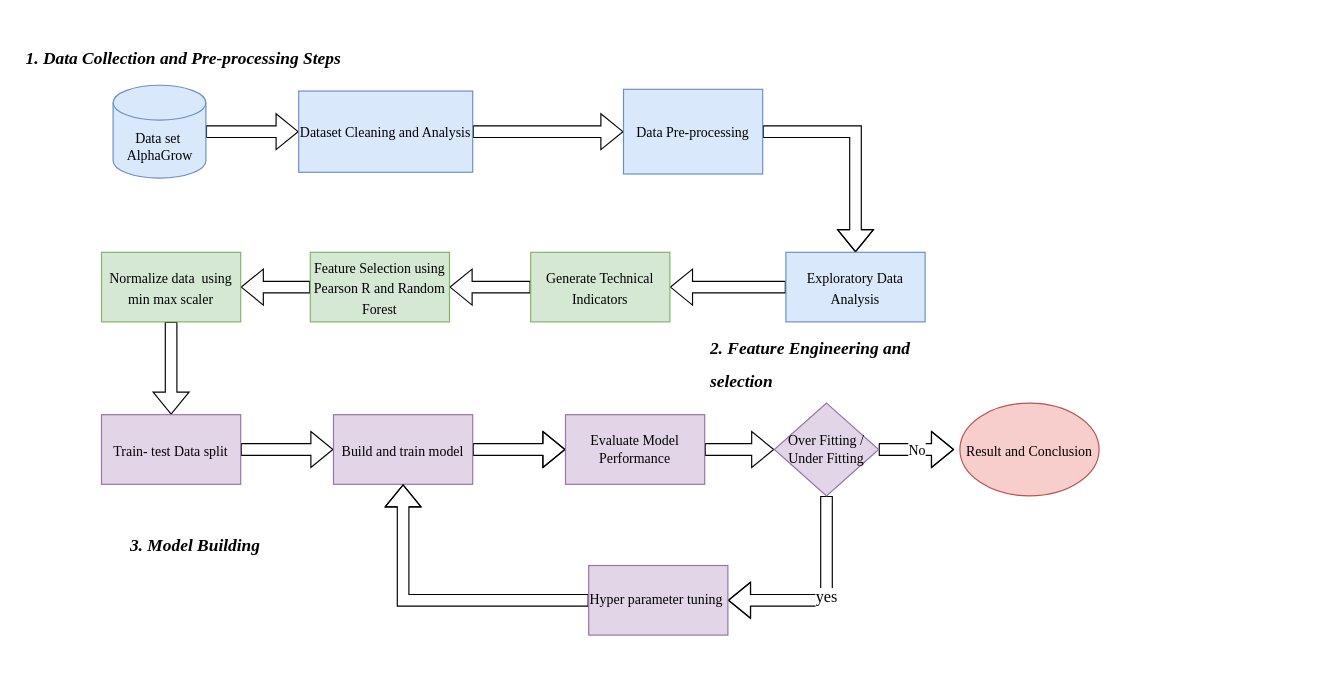
ranitha84/tic-tac-toe keeps this draw.io diagram as page "Page-2" (2 of 2) of Untitled Diagram.drawio. Above is the earlier version. Source tidied: cells renumbered, new cells numbered last; positions are measured from the earlier drawing's top-left corner, leaving out a move shared by most shapes. Both pictures are drawn from the tidied source at 116%, with x=0, y=0 at pixel (20, 31).
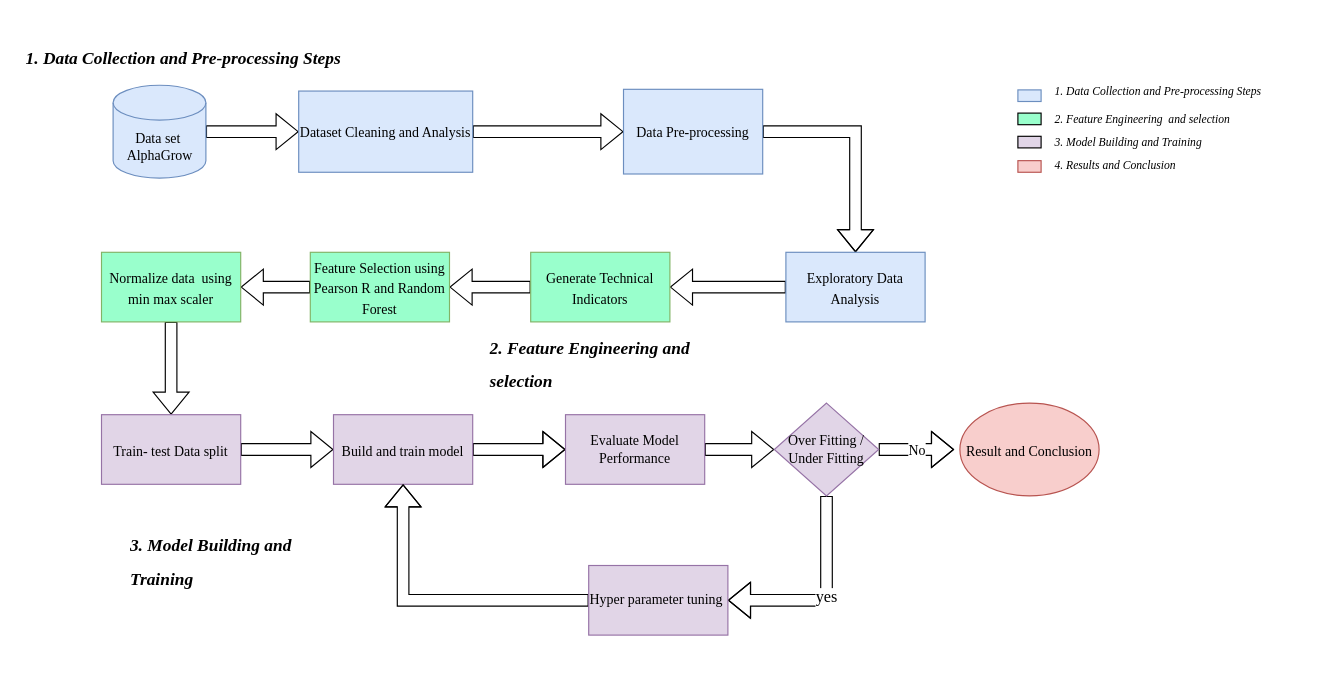
Above is the later version.

Diff of the diagram source:
```diff
@@
-    <mxCell id="3" value="&lt;font face=&quot;Times New Roman&quot;&gt;Data set&amp;nbsp;&lt;br&gt;AlphaGrow&lt;/font&gt;" style="shape=cylinder3;bluespace=wrap;html=1;boundedLbl=1;backgroundOutline=1;size=15;fillColor=#dae8fc;strokeColor=#6c8ebf;" parent="1" vertex="1">
+    <mxCell id="3" value="&lt;font face=&quot;Times New Roman&quot;&gt;Data set&amp;nbsp;&lt;br&gt;AlphaGrow&lt;/font&gt;" style="shape=cylinder3;bluespace=wrap;html=1;boundedLbl=1;backgroundOutline=1;size=15;fillColor=#DAE8FC;strokeColor=#6c8ebf;" parent="1" vertex="1">
       <mxGeometry x="80" y="46" width="80" height="80" as="geometry" />
     </mxCell>
@@
-    <mxCell id="12" value="&lt;font style=&quot;font-size: 12px&quot;&gt;Generate Technical Indicators&lt;/font&gt;" style="rounded=0;whiteSpace=wrap;html=1;fontSize=15;fontFamily=Times New Roman;fillColor=#d5e8d4;strokeColor=#82b366;align=center;" parent="1" vertex="1">
+    <mxCell id="12" value="&lt;font style=&quot;font-size: 12px&quot;&gt;Generate Technical Indicators&lt;/font&gt;" style="rounded=0;whiteSpace=wrap;html=1;fontSize=15;fontFamily=Times New Roman;fillColor=#99FFCC;strokeColor=#82b366;align=center;" parent="1" vertex="1">
       <mxGeometry x="440" y="190" width="120" height="60" as="geometry" />
     </mxCell>
@@
-    <mxCell id="14" value="&lt;font style=&quot;font-size: 12px&quot;&gt;Feature Selection using Pearson R and Random Forest&lt;/font&gt;" style="whiteSpace=wrap;html=1;fontSize=15;fontFamily=Times New Roman;fillColor=#d5e8d4;strokeColor=#82b366;rounded=0;align=center;" parent="1" vertex="1">
+    <mxCell id="14" value="&lt;font style=&quot;font-size: 12px&quot;&gt;Feature Selection using Pearson R and Random Forest&lt;/font&gt;" style="whiteSpace=wrap;html=1;fontSize=15;fontFamily=Times New Roman;fillColor=#99FFCC;strokeColor=#82b366;rounded=0;align=center;" parent="1" vertex="1">
       <mxGeometry x="250" y="190" width="120" height="60" as="geometry" />
     </mxCell>
@@
-    <mxCell id="16" value="&lt;font style=&quot;font-size: 12px&quot;&gt;Normalize data&amp;nbsp; using min max scaler&lt;/font&gt;" style="whiteSpace=wrap;html=1;fontSize=15;fontFamily=Times New Roman;fillColor=#d5e8d4;strokeColor=#82b366;rounded=0;" parent="1" vertex="1">
+    <mxCell id="16" value="&lt;font style=&quot;font-size: 12px&quot;&gt;Normalize data&amp;nbsp; using min max scaler&lt;/font&gt;" style="whiteSpace=wrap;html=1;fontSize=15;fontFamily=Times New Roman;fillColor=#99FFCC;strokeColor=#82b366;rounded=0;" parent="1" vertex="1">
       <mxGeometry x="70" y="190" width="120" height="60" as="geometry" />
     </mxCell>
     <mxCell id="17" value="&lt;h1&gt;&lt;span&gt;&lt;font style=&quot;font-size: 15px&quot;&gt;&lt;i&gt;2. Feature Engineering and selection&lt;/i&gt;&lt;/font&gt;&lt;/span&gt;&lt;br&gt;&lt;/h1&gt;" style="text;html=1;strokeColor=none;fillColor=none;spacing=5;spacingTop=-20;whiteSpace=wrap;overflow=hidden;rounded=0;fontFamily=Times New Roman;fontSize=12;" parent="1" vertex="1">
-      <mxGeometry x="590" y="250" width="190" height="70" as="geometry" />
+      <mxGeometry x="400" y="250" width="190" height="70" as="geometry" />
     </mxCell>
@@
-    <mxCell id="19" value="&lt;font style=&quot;font-size: 12px&quot;&gt;Train- test Data split&lt;/font&gt;" style="whiteSpace=wrap;html=1;fontSize=15;fontFamily=Times New Roman;fillColor=#e1d5e7;strokeColor=#9673a6;rounded=0;" parent="1" vertex="1">
+    <mxCell id="19" value="&lt;font style=&quot;font-size: 12px&quot;&gt;Train- test Data split&lt;/font&gt;" style="whiteSpace=wrap;html=1;fontSize=15;fontFamily=Times New Roman;fillColor=#E1D5E7;strokeColor=#9673a6;rounded=0;" parent="1" vertex="1">
       <mxGeometry x="70" y="330" width="120" height="60" as="geometry" />
     </mxCell>
@@
-    <mxCell id="29" value="&lt;h1&gt;&lt;font style=&quot;font-size: 15px&quot;&gt;&lt;i&gt;3. Model Building&lt;/i&gt;&lt;/font&gt;&lt;/h1&gt;" style="text;html=1;strokeColor=none;fillColor=none;spacing=5;spacingTop=-20;whiteSpace=wrap;overflow=hidden;rounded=0;fontFamily=Times New Roman;fontSize=12;" parent="1" vertex="1">
+    <mxCell id="29" value="&lt;h1&gt;&lt;font style=&quot;font-size: 15px&quot;&gt;&lt;i&gt;3. Model Building and Training&lt;/i&gt;&lt;/font&gt;&lt;/h1&gt;" style="text;html=1;strokeColor=none;fillColor=none;spacing=5;spacingTop=-20;whiteSpace=wrap;overflow=hidden;rounded=0;fontFamily=Times New Roman;fontSize=12;" parent="1" vertex="1">
       <mxGeometry x="90" y="420" width="190" height="120" as="geometry" />
     </mxCell>
@@
+    <mxCell id="33" style="rounded=0;whiteSpace=wrap;html=1;fontFamily=Times New Roman;fontSize=15;fontColor=#B0B0B0;fillColor=#99FFCC;" parent="1" vertex="1">
+      <mxGeometry x="860" y="70" width="20" height="10" as="geometry" />
+    </mxCell>
+    <mxCell id="34" style="rounded=0;whiteSpace=wrap;html=1;fontFamily=Times New Roman;fontSize=15;fillColor=#DAE8FC;strokeColor=#6c8ebf;" parent="1" vertex="1">
+      <mxGeometry x="860" y="50" width="20" height="10" as="geometry" />
+    </mxCell>
+    <mxCell id="35" style="rounded=0;whiteSpace=wrap;html=1;fontFamily=Times New Roman;fontSize=15;fontColor=#B0B0B0;fillColor=#E1D5E7;" parent="1" vertex="1">
+      <mxGeometry x="860" y="90" width="20" height="10" as="geometry" />
+    </mxCell>
+    <mxCell id="36" style="rounded=0;whiteSpace=wrap;html=1;fontFamily=Times New Roman;fontSize=15;fillColor=#f8cecc;strokeColor=#b85450;" parent="1" vertex="1">
+      <mxGeometry x="860" y="111" width="20" height="10" as="geometry" />
+    </mxCell>
+    <mxCell id="37" value="&lt;h1 style=&quot;color: rgb(0 , 0 , 0) ; font-family: &amp;#34;helvetica&amp;#34;&quot;&gt;&lt;font face=&quot;Times New Roman&quot; size=&quot;1&quot;&gt;&lt;i style=&quot;font-weight: normal&quot;&gt;1. Data Collection and Pre-processing Steps&lt;/i&gt;&lt;/font&gt;&lt;/h1&gt;" style="text;html=1;strokeColor=none;fillColor=none;align=left;verticalAlign=middle;whiteSpace=wrap;rounded=0;fontFamily=Times New Roman;fontSize=15;fontColor=#B0B0B0;" parent="1" vertex="1">
+      <mxGeometry x="890" y="36" width="233" height="15" as="geometry" />
+    </mxCell>
+    <mxCell id="38" value="&lt;h1 style=&quot;color: rgb(0 , 0 , 0) ; font-family: &amp;#34;helvetica&amp;#34;&quot;&gt;&lt;font face=&quot;Times New Roman&quot; size=&quot;1&quot;&gt;&lt;i style=&quot;font-weight: normal&quot;&gt;2. Feature Engineering&amp;nbsp; and selection&lt;/i&gt;&lt;/font&gt;&lt;/h1&gt;" style="text;html=1;strokeColor=none;fillColor=none;align=left;verticalAlign=middle;whiteSpace=wrap;rounded=0;fontFamily=Times New Roman;fontSize=15;fontColor=#B0B0B0;" parent="1" vertex="1">
+      <mxGeometry x="890" y="60" width="233" height="15" as="geometry" />
+    </mxCell>
+    <mxCell id="39" value="&lt;h1 style=&quot;color: rgb(0 , 0 , 0) ; font-family: &amp;#34;helvetica&amp;#34;&quot;&gt;&lt;font face=&quot;Times New Roman&quot; size=&quot;1&quot;&gt;&lt;i style=&quot;font-weight: normal&quot;&gt;3. Model Building and Training&lt;/i&gt;&lt;/font&gt;&lt;/h1&gt;" style="text;html=1;strokeColor=none;fillColor=none;align=left;verticalAlign=middle;whiteSpace=wrap;rounded=0;fontFamily=Times New Roman;fontSize=15;fontColor=#B0B0B0;" parent="1" vertex="1">
+      <mxGeometry x="890" y="80" width="233" height="15" as="geometry" />
+    </mxCell>
+    <mxCell id="40" value="&lt;h1 style=&quot;color: rgb(0 , 0 , 0) ; font-family: &amp;#34;helvetica&amp;#34;&quot;&gt;&lt;font face=&quot;Times New Roman&quot; size=&quot;1&quot;&gt;&lt;i style=&quot;font-weight: normal&quot;&gt;4. Results and Conclusion&lt;/i&gt;&lt;/font&gt;&lt;/h1&gt;" style="text;html=1;strokeColor=none;fillColor=none;align=left;verticalAlign=middle;whiteSpace=wrap;rounded=0;fontFamily=Times New Roman;fontSize=15;fontColor=#B0B0B0;" parent="1" vertex="1">
+      <mxGeometry x="890" y="100" width="233" height="15" as="geometry" />
+    </mxCell>
```
